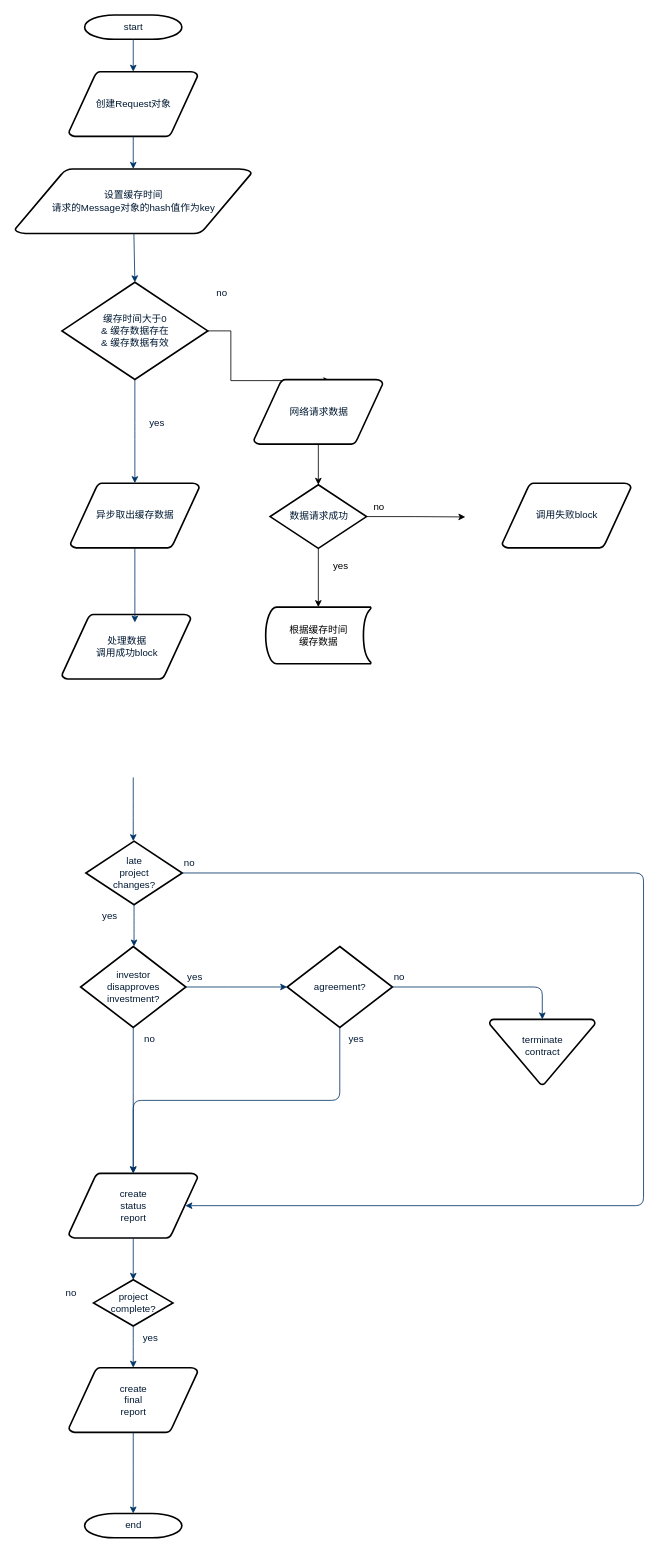
ZengSir/drawio keeps this draw.io diagram as 蜜趣网络请求缓存逻辑.drawio. Above is the earlier version. Source tidied: cells renumbered, new cells numbered last; positions are measured from the earlier drawing's top-left corner, leaving out a move shared by most shapes. Both pictures are drawn from the tidied source at 81%, with x=0, y=0 at pixel (15, 15).
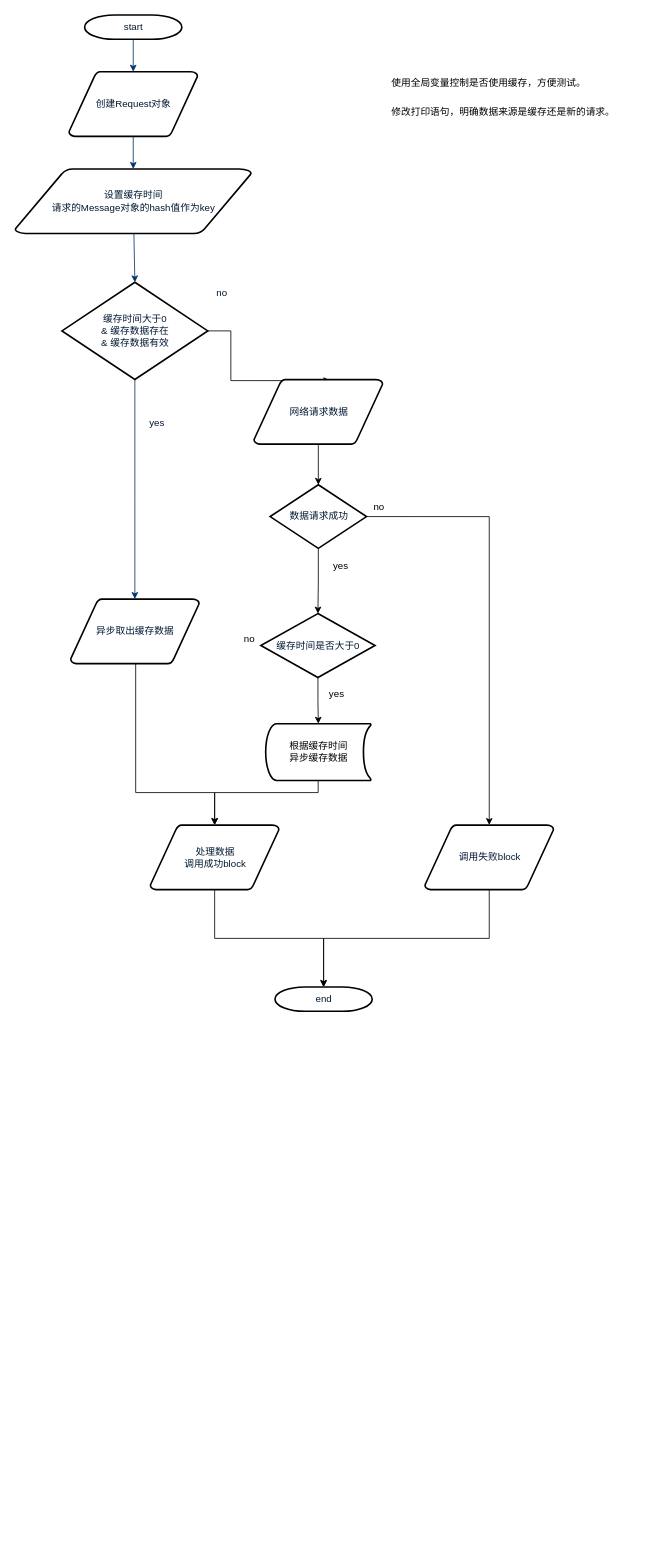
Above is the later version.

Commit message (it also covers changes not shown here):
更新蜜趣网络请求缓存逻辑.drawio

The change refers to these unchanged cells:
```xml
<mxCell id="47" value="数据请求成功&lt;br&gt;" style="shape=mxgraph.flowchart.decision;fillColor=#FFFFFF;strokeColor=#000000;strokeWidth=2;gradientColor=none;gradientDirection=north;fontColor=#001933;fontStyle=0;html=1;" parent="1" vertex="1">
  <mxGeometry x="315" y="580" width="119" height="78.5" as="geometry" />
</mxCell>
```

The edit, as a diff of the source:
```diff
@@
+    <mxCell id="51" style="edgeStyle=orthogonalEdgeStyle;rounded=0;jettySize=auto;html=1;entryX=0.5;entryY=0;entryDx=0;entryDy=0;entryPerimeter=0;" parent="1" edge="1" source="4" target="13">
+      <mxGeometry relative="1" as="geometry">
+        <Array as="points">
+          <mxPoint x="149" y="960" />
+          <mxPoint x="247" y="960" />
+        </Array>
+      </mxGeometry>
+    </mxCell>
     <mxCell id="4" value="异步取出缓存数据" style="shape=mxgraph.flowchart.data;fillColor=#FFFFFF;strokeColor=#000000;strokeWidth=2;gradientColor=none;gradientDirection=north;fontColor=#001933;fontStyle=0;html=1;" parent="1" vertex="1">
-      <mxGeometry x="68.5" y="578" width="159" height="80" as="geometry" />
+      <mxGeometry x="68.5" y="721" width="159" height="80" as="geometry" />
     </mxCell>
@@
+    <mxCell id="52" style="edgeStyle=orthogonalEdgeStyle;rounded=0;jettySize=auto;html=1;entryX=0.5;entryY=0;entryDx=0;entryDy=0;entryPerimeter=0;" parent="1" edge="1" source="13" target="30">
+      <mxGeometry relative="1" as="geometry" />
+    </mxCell>
     <mxCell id="13" value="处理数据&lt;br&gt;调用成功block" style="shape=mxgraph.flowchart.data;fillColor=#FFFFFF;strokeColor=#000000;strokeWidth=2;gradientColor=none;gradientDirection=north;fontColor=#001933;fontStyle=0;html=1;" parent="1" vertex="1">
-      <mxGeometry x="58" y="740" width="159" height="80" as="geometry" />
+      <mxGeometry x="167" y="1000" width="159" height="80" as="geometry" />
     </mxCell>
@@
-    <mxCell id="15" style="edgeStyle=elbowEdgeStyle;elbow=horizontal;fontColor=#001933;fontStyle=1;strokeColor=#003366;strokeWidth=1;html=1;" parent="1" edge="1" source="4">
-      <mxGeometry as="geometry">
-        <mxPoint x="148" y="750" as="targetPoint" />
-      </mxGeometry>
-    </mxCell>
-    <mxCell id="16" value="late&#10;project&#10;changes?" style="shape=mxgraph.flowchart.decision;fillColor=#FFFFFF;strokeColor=#000000;strokeWidth=2;gradientColor=none;gradientDirection=north;fontColor=#001933;fontStyle=0;html=1;" parent="1" vertex="1">
-      <mxGeometry x="87.5" y="1020" width="119" height="78.5" as="geometry" />
-    </mxCell>
-    <mxCell id="17" style="edgeStyle=elbowEdgeStyle;elbow=horizontal;exitX=0.5;exitY=0.9;exitPerimeter=0;fontColor=#001933;fontStyle=1;strokeColor=#003366;strokeWidth=1;html=1;" parent="1" edge="1" target="16">
-      <mxGeometry as="geometry">
-        <mxPoint x="146" y="941.3" as="sourcePoint" />
-      </mxGeometry>
-    </mxCell>
-    <mxCell id="18" value="yes" style="text;fontColor=#001933;fontStyle=0;html=1;strokeColor=none;gradientColor=none;fillColor=none;strokeWidth=2;" parent="1" vertex="1">
-      <mxGeometry x="106" y="1098.5" width="40" height="26" as="geometry" />
-    </mxCell>
-    <mxCell id="19" value="investor&#10;disapproves&#10; investment?" style="shape=mxgraph.flowchart.decision;fillColor=#FFFFFF;strokeColor=#000000;strokeWidth=2;gradientColor=none;gradientDirection=north;fontColor=#001933;fontStyle=0;html=1;" parent="1" vertex="1">
-      <mxGeometry x="81" y="1150" width="130" height="100" as="geometry" />
-    </mxCell>
-    <mxCell id="20" value="agreement?" style="shape=mxgraph.flowchart.decision;fillColor=#FFFFFF;strokeColor=#000000;strokeWidth=2;gradientColor=none;gradientDirection=north;fontColor=#001933;fontStyle=0;html=1;" parent="1" vertex="1">
-      <mxGeometry x="336" y="1150" width="130" height="100" as="geometry" />
-    </mxCell>
-    <mxCell id="21" style="edgeStyle=elbowEdgeStyle;elbow=horizontal;exitX=0.5;exitY=1;exitPerimeter=0;fontColor=#001933;fontStyle=1;strokeColor=#003366;strokeWidth=1;html=1;" parent="1" edge="1" source="16" target="19">
-      <mxGeometry as="geometry" />
-    </mxCell>
-    <mxCell id="22" style="edgeStyle=elbowEdgeStyle;elbow=horizontal;exitX=1;exitY=0.5;exitPerimeter=0;entryX=0;entryY=0.5;entryPerimeter=0;fontColor=#001933;fontStyle=1;strokeColor=#003366;strokeWidth=1;html=1;" parent="1" edge="1" source="19" target="20">
-      <mxGeometry as="geometry" />
-    </mxCell>
-    <mxCell id="23" value="terminate&#10;contract&#10;" style="shape=mxgraph.flowchart.merge_or_storage;fillColor=#FFFFFF;strokeColor=#000000;strokeWidth=2;gradientColor=none;gradientDirection=north;fontColor=#001933;fontStyle=0;html=1;" parent="1" vertex="1">
-      <mxGeometry x="586" y="1240" width="130" height="80.5" as="geometry" />
-    </mxCell>
-    <mxCell id="24" style="edgeStyle=elbowEdgeStyle;elbow=vertical;exitX=1;exitY=0.5;exitPerimeter=0;entryX=0.5;entryY=0;entryPerimeter=0;fontColor=#001933;fontStyle=1;strokeColor=#003366;strokeWidth=1;html=1;" parent="1" edge="1" source="20" target="23">
-      <mxGeometry as="geometry">
-        <Array as="points">
-          <mxPoint x="566" y="1200" />
-        </Array>
-      </mxGeometry>
-    </mxCell>
-    <mxCell id="25" value="create&#10;status&#10;report" style="shape=mxgraph.flowchart.data;fillColor=#FFFFFF;strokeColor=#000000;strokeWidth=2;gradientColor=none;gradientDirection=north;fontColor=#001933;fontStyle=0;html=1;" parent="1" vertex="1">
-      <mxGeometry x="66.5" y="1430" width="159" height="80" as="geometry" />
-    </mxCell>
-    <mxCell id="26" style="edgeStyle=elbowEdgeStyle;elbow=vertical;exitX=0.5;exitY=1;exitPerimeter=0;fontColor=#001933;fontStyle=1;strokeColor=#003366;strokeWidth=1;html=1;" parent="1" edge="1" source="19" target="25">
-      <mxGeometry as="geometry" />
-    </mxCell>
-    <mxCell id="27" style="edgeStyle=elbowEdgeStyle;elbow=vertical;exitX=0.5;exitY=1;exitPerimeter=0;entryX=0.5;entryY=0;entryPerimeter=0;fontColor=#001933;fontStyle=1;strokeColor=#003366;strokeWidth=1;html=1;" parent="1" edge="1" source="20" target="25">
-      <mxGeometry as="geometry" />
-    </mxCell>
-    <mxCell id="28" value="project&#10;complete?" style="shape=mxgraph.flowchart.decision;fillColor=#FFFFFF;strokeColor=#000000;strokeWidth=2;gradientColor=none;gradientDirection=north;fontColor=#001933;fontStyle=0;html=1;" parent="1" vertex="1">
-      <mxGeometry x="97" y="1561.5" width="98" height="57" as="geometry" />
-    </mxCell>
-    <mxCell id="29" value="create&#10;final&#10;report" style="shape=mxgraph.flowchart.data;fillColor=#FFFFFF;strokeColor=#000000;strokeWidth=2;gradientColor=none;gradientDirection=north;fontColor=#001933;fontStyle=0;html=1;" parent="1" vertex="1">
-      <mxGeometry x="66.5" y="1670" width="159" height="80" as="geometry" />
-    </mxCell>
     <mxCell id="30" value="end" style="shape=mxgraph.flowchart.terminator;fillColor=#FFFFFF;strokeColor=#000000;strokeWidth=2;gradientColor=none;gradientDirection=north;fontColor=#001933;fontStyle=0;html=1;" parent="1" vertex="1">
-      <mxGeometry x="86" y="1850" width="120" height="30" as="geometry" />
+      <mxGeometry x="321" y="1200" width="120" height="30" as="geometry" />
     </mxCell>
-    <mxCell id="31" style="edgeStyle=elbowEdgeStyle;elbow=vertical;exitX=0.5;exitY=1;exitPerimeter=0;entryX=0.5;entryY=0;entryPerimeter=0;fontColor=#001933;fontStyle=1;strokeColor=#003366;strokeWidth=1;html=1;" parent="1" edge="1" source="25" target="28">
-      <mxGeometry as="geometry" />
-    </mxCell>
-    <mxCell id="32" style="edgeStyle=elbowEdgeStyle;elbow=vertical;exitX=0.5;exitY=1;exitPerimeter=0;entryX=0.5;entryY=0;entryPerimeter=0;fontColor=#001933;fontStyle=1;strokeColor=#003366;strokeWidth=1;html=1;" parent="1" edge="1" source="28" target="29">
-      <mxGeometry as="geometry" />
-    </mxCell>
-    <mxCell id="33" style="edgeStyle=elbowEdgeStyle;elbow=vertical;exitX=0.5;exitY=1;exitPerimeter=0;entryX=0.5;entryY=0;entryPerimeter=0;fontColor=#001933;fontStyle=1;strokeColor=#003366;strokeWidth=1;html=1;" parent="1" edge="1" source="29" target="30">
-      <mxGeometry as="geometry" />
-    </mxCell>
-    <mxCell id="34" style="edgeStyle=elbowEdgeStyle;elbow=horizontal;exitX=1;exitY=0.5;exitPerimeter=0;entryX=0.905;entryY=0.5;entryPerimeter=0;fontColor=#001933;fontStyle=1;strokeColor=#003366;strokeWidth=1;html=1;" parent="1" edge="1" source="16" target="25">
-      <mxGeometry as="geometry">
-        <Array as="points">
-          <mxPoint x="776" y="1260" />
-        </Array>
-      </mxGeometry>
-    </mxCell>
-    <mxCell id="35" value="no" style="text;fontColor=#001933;fontStyle=0;html=1;strokeColor=none;gradientColor=none;fillColor=none;strokeWidth=2;" parent="1" vertex="1">
-      <mxGeometry x="206.5" y="1033.2" width="40" height="26" as="geometry" />
-    </mxCell>
-    <mxCell id="36" value="yes" style="text;fontColor=#001933;fontStyle=0;html=1;strokeColor=none;gradientColor=none;fillColor=none;strokeWidth=2;" parent="1" vertex="1">
-      <mxGeometry x="211" y="1174" width="40" height="26" as="geometry" />
-    </mxCell>
-    <mxCell id="37" value="no" style="text;fontColor=#001933;fontStyle=0;html=1;strokeColor=none;gradientColor=none;fillColor=none;strokeWidth=2;align=center;" parent="1" vertex="1">
-      <mxGeometry x="146" y="1250" width="40" height="26" as="geometry" />
-    </mxCell>
-    <mxCell id="38" value="yes" style="text;fontColor=#001933;fontStyle=0;html=1;strokeColor=none;gradientColor=none;fillColor=none;strokeWidth=2;align=center;" parent="1" vertex="1">
-      <mxGeometry x="401" y="1250" width="40" height="26" as="geometry" />
-    </mxCell>
-    <mxCell id="39" value="no" style="text;fontColor=#001933;fontStyle=0;html=1;strokeColor=none;gradientColor=none;fillColor=none;strokeWidth=2;" parent="1" vertex="1">
-      <mxGeometry x="466" y="1174" width="40" height="26" as="geometry" />
-    </mxCell>
-    <mxCell id="40" value="yes" style="text;fontColor=#001933;fontStyle=0;html=1;strokeColor=none;gradientColor=none;fillColor=none;strokeWidth=2;align=center;" parent="1" vertex="1">
-      <mxGeometry x="147" y="1620" width="40" height="26" as="geometry" />
-    </mxCell>
-    <mxCell id="41" value="no" style="text;fontColor=#001933;fontStyle=0;html=1;strokeColor=none;gradientColor=none;fillColor=none;strokeWidth=2;" parent="1" vertex="1">
-      <mxGeometry x="61" y="1564" width="40" height="26" as="geometry" />
-    </mxCell>
+    <mxCell id="53" style="edgeStyle=orthogonalEdgeStyle;rounded=0;jettySize=auto;html=1;entryX=0.5;entryY=0;entryDx=0;entryDy=0;entryPerimeter=0;" parent="1" edge="1" target="13">
+      <mxGeometry relative="1" as="geometry">
+        <mxPoint x="374.3" y="935" as="sourcePoint" />
+        <Array as="points">
+          <mxPoint x="374" y="960" />
+          <mxPoint x="247" y="960" />
+        </Array>
+      </mxGeometry>
+    </mxCell>
-    <mxCell id="42" value="根据缓存时间&lt;br&gt;缓存数据" style="strokeWidth=2;html=1;shape=mxgraph.flowchart.stored_data;whiteSpace=wrap;" parent="1" vertex="1">
-      <mxGeometry x="309.5" y="731" width="130" height="70" as="geometry" />
+    <mxCell id="42" value="根据缓存时间&lt;br&gt;异步缓存数据" style="strokeWidth=2;html=1;shape=mxgraph.flowchart.stored_data;whiteSpace=wrap;" parent="1" vertex="1">
+      <mxGeometry x="309.5" y="875" width="130" height="70" as="geometry" />
     </mxCell>
@@
-    <mxCell id="45" style="edgeStyle=orthogonalEdgeStyle;rounded=0;jettySize=auto;html=1;entryX=0.5;entryY=0;entryDx=0;entryDy=0;entryPerimeter=0;" parent="1" edge="1" source="47" target="42">
-      <mxGeometry relative="1" as="geometry" />
-    </mxCell>
-    <mxCell id="46" style="edgeStyle=orthogonalEdgeStyle;rounded=0;jettySize=auto;html=1;exitX=1;exitY=0.5;exitDx=0;exitDy=0;exitPerimeter=0;entryX=0;entryY=0.5;entryDx=0;entryDy=0;" parent="1" edge="1" source="47">
-      <mxGeometry relative="1" as="geometry">
-        <mxPoint x="556" y="619.7" as="targetPoint" />
-      </mxGeometry>
+    <mxCell id="46" style="edgeStyle=orthogonalEdgeStyle;rounded=0;jettySize=auto;html=1;exitX=1;exitY=0.5;exitDx=0;exitDy=0;exitPerimeter=0;entryX=0.5;entryY=0;entryDx=0;entryDy=0;entryPerimeter=0;" parent="1" edge="1" source="47" target="50">
+      <mxGeometry relative="1" as="geometry" />
     </mxCell>
+    <mxCell id="54" style="edgeStyle=orthogonalEdgeStyle;rounded=0;jettySize=auto;html=1;" parent="1" edge="1" source="47" target="56">
+      <mxGeometry relative="1" as="geometry" />
+    </mxCell>
@@
+    <mxCell id="55" style="edgeStyle=orthogonalEdgeStyle;rounded=0;jettySize=auto;html=1;" parent="1" edge="1" source="56" target="42">
+      <mxGeometry relative="1" as="geometry" />
+    </mxCell>
+    <mxCell id="56" value="缓存时间是否大于0" style="shape=mxgraph.flowchart.decision;fillColor=#FFFFFF;strokeColor=#000000;strokeWidth=2;gradientColor=none;gradientDirection=north;fontColor=#001933;fontStyle=0;html=1;" parent="1" vertex="1">
+      <mxGeometry x="303.5" y="739" width="141" height="79" as="geometry" />
+    </mxCell>
@@
+    <mxCell id="57" style="edgeStyle=orthogonalEdgeStyle;rounded=0;jettySize=auto;html=1;entryX=0.5;entryY=0;entryDx=0;entryDy=0;entryPerimeter=0;" parent="1" edge="1" source="50" target="30">
+      <mxGeometry relative="1" as="geometry">
+        <Array as="points">
+          <mxPoint x="586" y="1140" />
+          <mxPoint x="381" y="1140" />
+        </Array>
+      </mxGeometry>
+    </mxCell>
     <mxCell id="50" value="调用失败block" style="shape=mxgraph.flowchart.data;fillColor=#FFFFFF;strokeColor=#000000;strokeWidth=2;gradientColor=none;gradientDirection=north;fontColor=#001933;fontStyle=0;html=1;" parent="1" vertex="1">
-      <mxGeometry x="601.5" y="578" width="159" height="80" as="geometry" />
+      <mxGeometry x="506" y="1000" width="159" height="80" as="geometry" />
     </mxCell>
+    <mxCell id="58" value="yes" style="text;html=1;align=left;verticalAlign=top;spacingTop=-4;" parent="1" vertex="1">
+      <mxGeometry x="386" y="828" width="30" height="20" as="geometry" />
+    </mxCell>
+    <mxCell id="59" value="no" style="text;html=1;align=left;verticalAlign=top;spacingTop=-4;" parent="1" vertex="1">
+      <mxGeometry x="281" y="761" width="30" height="20" as="geometry" />
+    </mxCell>
+    <mxCell id="60" value="使用全局变量控制是否使用缓存，方便测试。&lt;br&gt;" style="text;html=1;align=left;verticalAlign=top;spacingTop=-4;" parent="1" vertex="1">
+      <mxGeometry x="463" y="74" width="260" height="20" as="geometry" />
+    </mxCell>
+    <mxCell id="61" value="修改打印语句，明确数据来源是缓存还是新的请求。" style="text;html=1;align=left;verticalAlign=top;spacingTop=-4;" parent="1" vertex="1">
+      <mxGeometry x="463" y="110" width="290" height="20" as="geometry" />
+    </mxCell>
```
